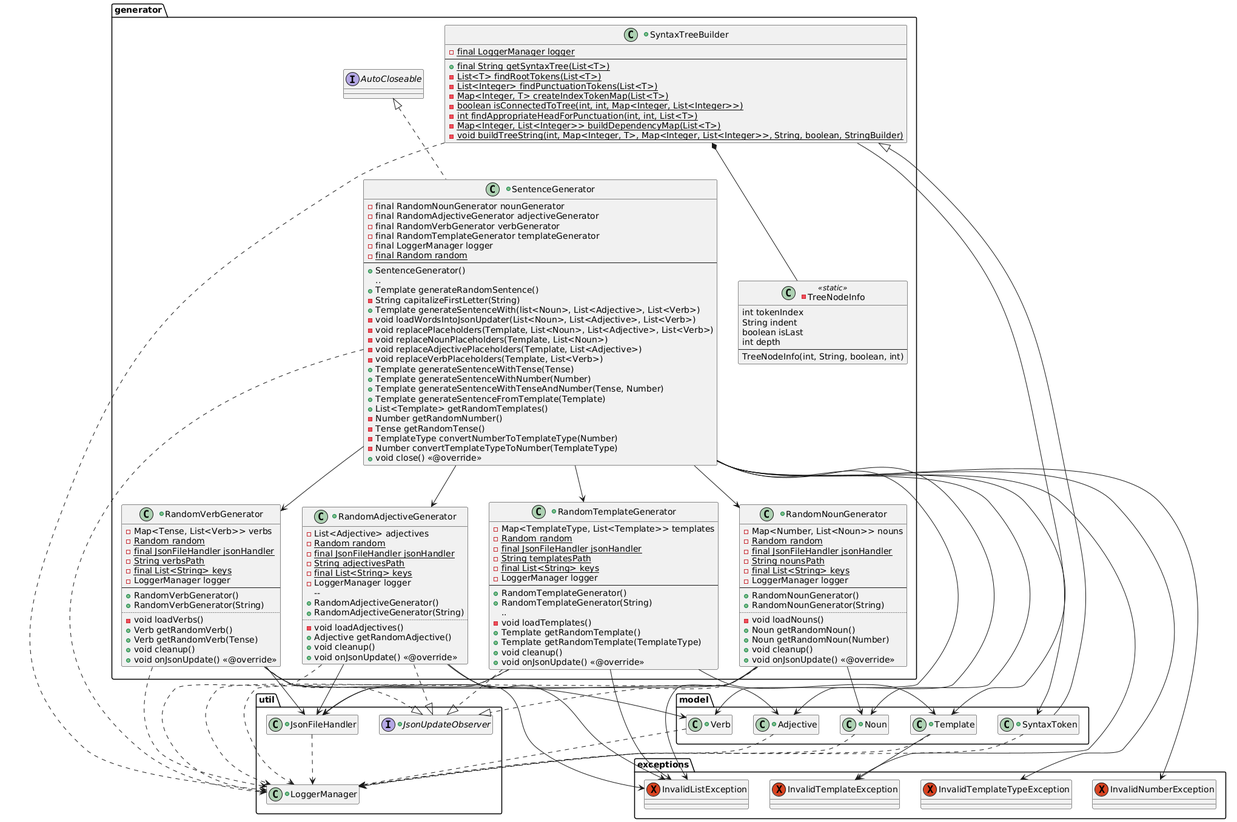
sclosaf/NonSense-Generator keeps this PlantUML diagram as diagrams/classDiagrams/ClassDiagram_generator.png. Above is the earlier version.
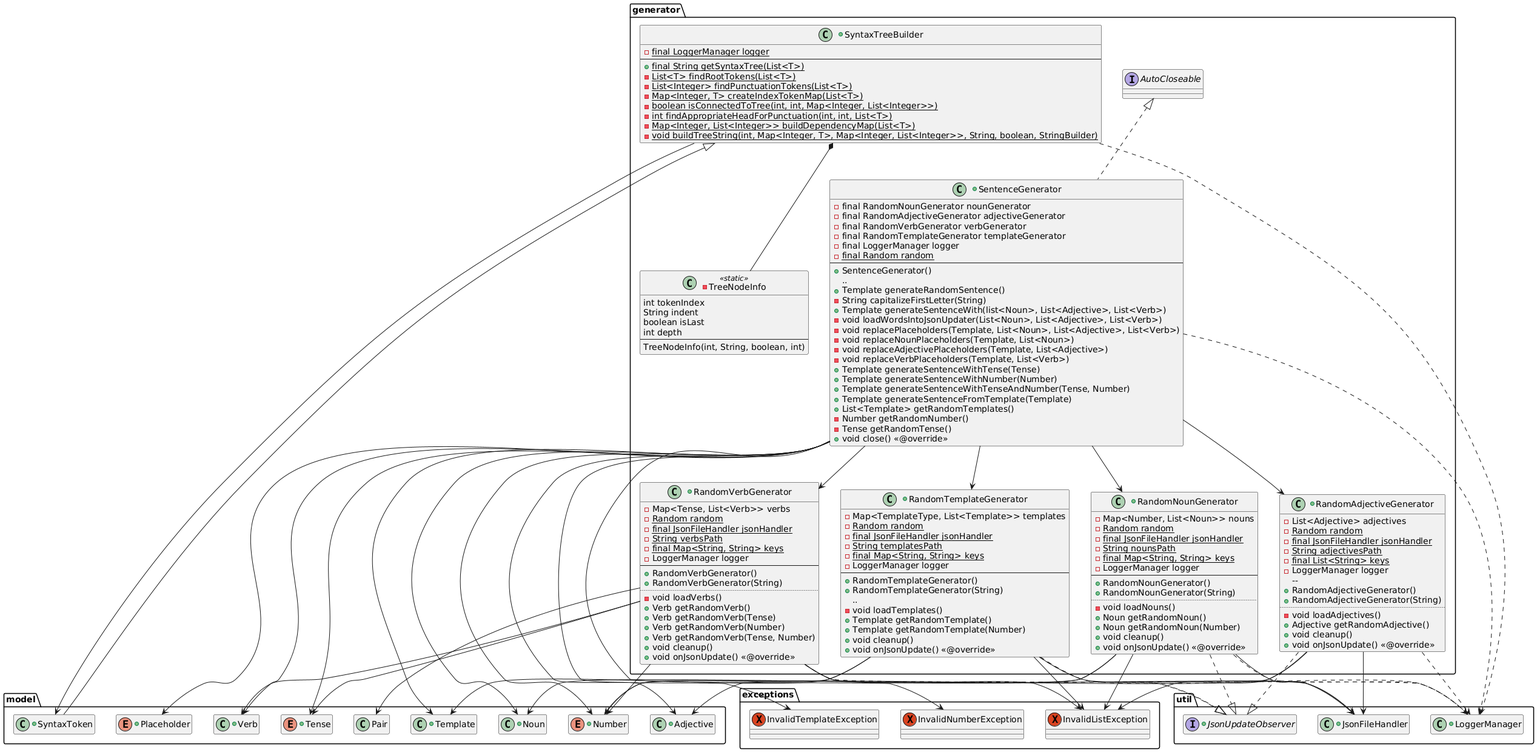
The same diagram one commit later.

Commit message:
changed class diagrams

What changed in the source:
```diff
@@ -75,7 +75,6 @@
   exception InvalidListException $exceptions
   exception InvalidNumberException $exceptions
   exception InvalidTemplateException $exceptions
-  exception InvalidTemplateTypeException $exceptions
   exception InvalidTenseException $exceptions
   exception InvalidTextException $exceptions
   exception InvalidThresholdException $exceptions{
@@ -120,7 +119,7 @@
    - {static} Random random
    - {static} final JsonFileHandler jsonHandler
    - {static} String nounsPath
-   - {static} final List<String> keys
+   - {static} final Map<String, String> keys
    - LoggerManager logger
    --
    + RandomNounGenerator()
@@ -138,7 +137,7 @@
    - {static} Random random
    - {static} final JsonFileHandler jsonHandler
    - {static} String verbsPath
-   - {static} final List<String> keys
+   - {static} final Map<String, String> keys
    - LoggerManager logger
    --
    + RandomVerbGenerator()
@@ -147,6 +146,8 @@
    - void loadVerbs()
    + Verb getRandomVerb()
    + Verb getRandomVerb(Tense)
+   + Verb getRandomVerb(Number)
+   + Verb getRandomVerb(Tense, Number)
    + void cleanup()
    + void onJsonUpdate() <<@override>>
   }
@@ -156,7 +157,7 @@
    - {static} Random random
    - {static} final JsonFileHandler jsonHandler
    - {static} String templatesPath
-   - {static} final List<String> keys
+   - {static} final Map<String, String> keys
    - LoggerManager logger
    --
    + RandomTemplateGenerator()
@@ -164,7 +165,7 @@
    ..
    - void loadTemplates()
    + Template getRandomTemplate()
-   + Template getRandomTemplate(TemplateType)
+   + Template getRandomTemplate(Number)
    + void cleanup()
    + void onJsonUpdate() <<@override>>
   }
@@ -194,8 +195,6 @@
    + List<Template> getRandomTemplates()
    - Number getRandomNumber()
    - Tense getRandomTense()
-   - TemplateType convertNumberToTemplateType(Number)
-   - Number convertTemplateTypeToNumber(TemplateType)
    + void close() <<@override>>
   }
 
@@ -243,7 +242,7 @@
    + Number getNumber()
   }
 
-  +enum Number <<static>> $model{
+  +enum Number $model{
     SINGULAR
     PLURAL
   }
@@ -259,7 +258,7 @@
    + Tense getTense()
   }
 
-  +enum Tense <<static>> $model{
+  +enum Tense $model{
    PAST
    PRESENT
    FUTURE
@@ -306,7 +305,7 @@
    PLURAL
   }
 
-  +enum Placeholder <<static>> $model{
+  +enum Placeholder $model{
    NOUN
    VERB
    ADJECTIVE
@@ -642,7 +641,7 @@
 JsonFileHandler --> UnreadableFileException
 JsonFileHandler --> UnwritableFileException
 JsonFileHandler --> InvalidJsonStateException
-JsonFileHandler ..> LoggerManager
+
 
 SentenceAnalyzer --> GoogleApiClient
 SentenceAnalyzer --> SyntaxToken
@@ -658,24 +657,6 @@
 ToxicityValidator --> NullClientException
 ToxicityValidator ..> LoggerManager
 
-Adjective --> InvalidGrammaticalElementException
-Adjective ..> LoggerManager
-
-Noun --> InvalidGrammaticalElementException
-Noun ..> LoggerManager
-Noun *-- Number
-
-Verb --> InvalidGrammaticalElementException
-Verb ..> LoggerManager
-Verb *-- Tense
-
-SyntaxToken --> InvalidGrammaticalElementException
-SyntaxToken ..> LoggerManager
-
-Template --> InvalidTemplateException
-Template ..> LoggerManager
-Template *-- TemplateType
-Template *-- Placeholder
 
 RandomAdjectiveGenerator ..|> JsonUpdateObserver
 RandomAdjectiveGenerator --> JsonUpdater
@@ -688,6 +669,7 @@
 RandomNounGenerator --> JsonUpdater
 RandomNounGenerator --> JsonFileHandler
 RandomNounGenerator --> Noun
+RandomNounGenerator --> Number
 RandomNounGenerator --> InvalidListException
 RandomNounGenerator ..> LoggerManager
 
@@ -695,6 +677,9 @@
 RandomVerbGenerator --> JsonUpdater
 RandomVerbGenerator --> JsonFileHandler
 RandomVerbGenerator --> Verb
+RandomVerbGenerator --> Tense
+RandomVerbGenerator --> Number
+RandomVerbGenerator --> model.Pair
 RandomVerbGenerator --> InvalidListException
 RandomVerbGenerator ..> LoggerManager
 
@@ -702,20 +687,23 @@
 RandomTemplateGenerator --> JsonUpdater
 RandomTemplateGenerator --> JsonFileHandler
 RandomTemplateGenerator --> Template
+RandomTemplateGenerator --> Number
 RandomTemplateGenerator --> InvalidListException
 RandomTemplateGenerator ..> LoggerManager
 
 SentenceGenerator --> Noun
+SentenceGenerator --> Number
 SentenceGenerator --> Verb
+SentenceGenerator --> Tense
 SentenceGenerator --> Adjective
 SentenceGenerator --> Template
+SentenceGenerator --> Placeholder
 SentenceGenerator --> RandomNounGenerator
 SentenceGenerator --> RandomVerbGenerator
 SentenceGenerator --> RandomAdjectiveGenerator
 SentenceGenerator --> RandomTemplateGenerator
 SentenceGenerator --> JsonUpdater
 SentenceGenerator --> InvalidNumberException
-SentenceGenerator --> InvalidTemplateTypeException
 SentenceGenerator --> InvalidTemplateException
 SentenceGenerator ..> LoggerManager
 
@@ -735,20 +723,26 @@
 restore exceptions.InvalidListException
 restore exceptions.InvalidNumberException
 restore exceptions.InvalidTemplateException
-restore exceptions.InvalidTemplateTypeException
 restore model.Noun
+restore model.Number
 restore model.Adjective
 restore model.Verb
+restore model.Tense
 restore model.Template
+restore model.Placeholder
 restore model.SyntaxToken
 restore util.JsonUpdateObserver
 restore utl.JsonUpdater
 restore util.JsonFileHandler
 
 hide Noun members
+hide Number members
 hide Adjective members
 hide Verb members
+hide Tense members
 hide Template members
+hide Placeholder members
+hide Pair members
 hide SyntaxToken members
 hide util.JsonUpdateObserver members
 hide JsonUpdater members
```
